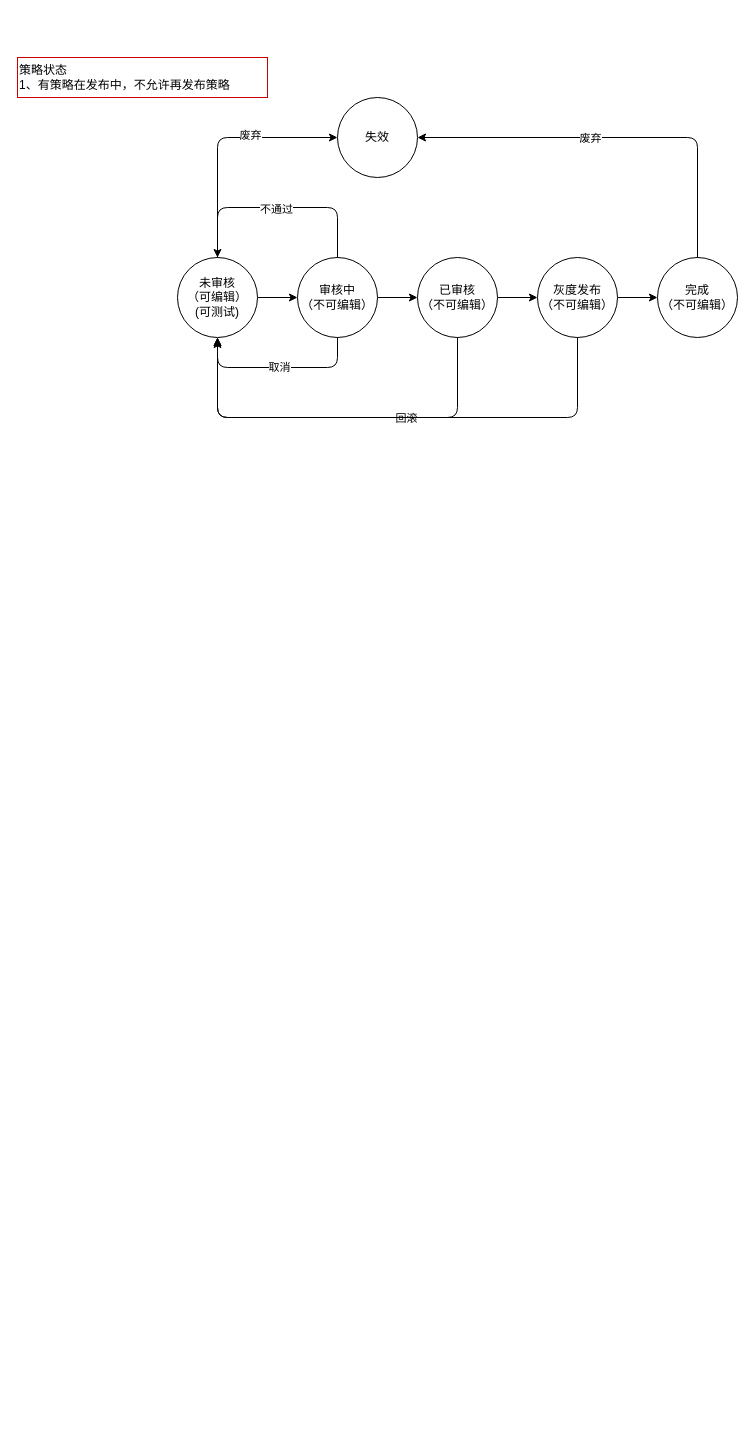
Earlier version of the draw.io diagram Untitled Diagram.drawio (Wang-Jun-Chao/diagrams). Source tidied: cells renumbered, new cells numbered last; positions are measured from the earlier drawing's top-left corner, leaving out a move shared by most shapes. Both pictures are drawn from the tidied source at 100%, with x=0, y=0 at pixel (17, 57).
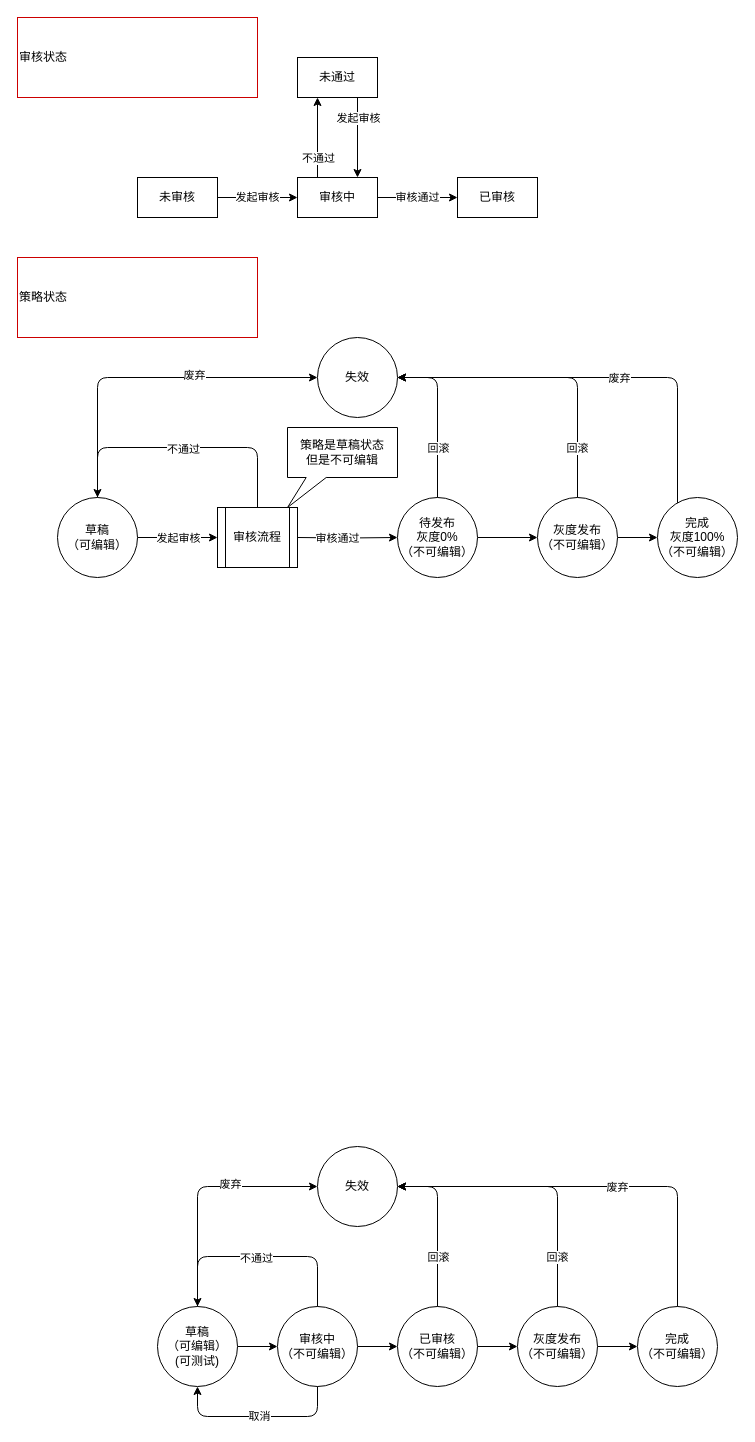
The same diagram, later.

What changed in the source:
```diff
@@
-    <mxCell id="2" style="edgeStyle=orthogonalEdgeStyle;rounded=0;jettySize=auto;html=1;" parent="1" edge="1" source="3" target="5">
-      <mxGeometry relative="1" as="geometry" />
+    <mxCell id="2" style="edgeStyle=orthogonalEdgeStyle;rounded=0;jettySize=auto;html=1;" parent="1" edge="1" source="3">
+      <mxGeometry relative="1" as="geometry">
+        <mxPoint x="200" y="480" as="targetPoint" />
+      </mxGeometry>
     </mxCell>
+    <mxCell id="24" value="发起审核" style="edgeLabel;html=1;align=center;verticalAlign=middle;" parent="2" vertex="1">
+      <mxGeometry x="-0.17" y="2" relative="1" as="geometry">
+        <mxPoint x="7" y="2" as="offset" />
+      </mxGeometry>
+    </mxCell>
-    <mxCell id="3" value="未审核&lt;br&gt;（可编辑）&lt;br&gt;(可测试)" style="ellipse;whiteSpace=wrap;html=1;" parent="1" vertex="1">
-      <mxGeometry x="160" y="200" width="80" height="80" as="geometry" />
+    <mxCell id="3" value="草稿&lt;br&gt;（可编辑）" style="ellipse;whiteSpace=wrap;html=1;" parent="1" vertex="1">
+      <mxGeometry x="40" y="440" width="80" height="80" as="geometry" />
     </mxCell>
-    <mxCell id="4" style="edgeStyle=orthogonalEdgeStyle;rounded=0;jettySize=auto;html=1;" parent="1" edge="1" source="5" target="7">
-      <mxGeometry relative="1" as="geometry" />
+    <mxCell id="4" style="edgeStyle=orthogonalEdgeStyle;rounded=0;jettySize=auto;html=1;" parent="1" edge="1" target="7">
+      <mxGeometry relative="1" as="geometry">
+        <mxPoint x="280" y="480" as="sourcePoint" />
+      </mxGeometry>
     </mxCell>
-    <mxCell id="5" value="审核中&lt;br&gt;（不可编辑）" style="ellipse;whiteSpace=wrap;html=1;" parent="1" vertex="1">
-      <mxGeometry x="280" y="200" width="80" height="80" as="geometry" />
-    </mxCell>
+    <mxCell id="25" value="审核通过" style="edgeLabel;html=1;align=center;verticalAlign=middle;" parent="4" vertex="1">
+      <mxGeometry x="0.1" relative="1" as="geometry">
+        <mxPoint x="-15" as="offset" />
+      </mxGeometry>
+    </mxCell>
@@
-    <mxCell id="7" value="已审核&lt;br&gt;（不可编辑）" style="ellipse;whiteSpace=wrap;html=1;" parent="1" vertex="1">
-      <mxGeometry x="400" y="200" width="80" height="80" as="geometry" />
+    <mxCell id="7" value="待发布&lt;br&gt;灰度0%&lt;br&gt;（不可编辑）" style="ellipse;whiteSpace=wrap;html=1;" parent="1" vertex="1">
+      <mxGeometry x="380" y="440" width="80" height="80" as="geometry" />
     </mxCell>
@@
     <mxCell id="9" value="灰度发布&lt;br&gt;（不可编辑）" style="ellipse;whiteSpace=wrap;html=1;" parent="1" vertex="1">
-      <mxGeometry x="520" y="200" width="80" height="80" as="geometry" />
+      <mxGeometry x="520" y="440" width="80" height="80" as="geometry" />
     </mxCell>
-    <mxCell id="10" value="完成&lt;br&gt;（不可编辑）" style="ellipse;whiteSpace=wrap;html=1;" parent="1" vertex="1">
-      <mxGeometry x="640" y="200" width="80" height="80" as="geometry" />
+    <mxCell id="10" value="完成&lt;br&gt;灰度100%&lt;br&gt;（不可编辑）" style="ellipse;whiteSpace=wrap;html=1;" parent="1" vertex="1">
+      <mxGeometry x="640" y="440" width="80" height="80" as="geometry" />
     </mxCell>
     <mxCell id="11" value="失效" style="ellipse;whiteSpace=wrap;html=1;" parent="1" vertex="1">
-      <mxGeometry x="320" y="40" width="80" height="80" as="geometry" />
+      <mxGeometry x="300" y="280" width="80" height="80" as="geometry" />
     </mxCell>
     <mxCell id="12" style="endArrow=classic;html=1;edgeStyle=orthogonalEdgeStyle;entryX=0;entryY=0.5;entryDx=0;entryDy=0;exitX=0.5;exitY=0;exitDx=0;exitDy=0;" parent="1" edge="1" source="3" target="11">
       <mxGeometry relative="1" as="geometry">
         <Array as="points">
-          <mxPoint x="200" y="80" />
+          <mxPoint x="80" y="320" />
         </Array>
       </mxGeometry>
     </mxCell>
@@
     <mxCell id="14" style="endArrow=classic;html=1;entryX=1;entryY=0.5;entryDx=0;entryDy=0;edgeStyle=orthogonalEdgeStyle;" parent="1" edge="1" source="10" target="11">
       <mxGeometry relative="1" as="geometry">
         <Array as="points">
-          <mxPoint x="680" y="80" />
+          <mxPoint x="660" y="320" />
         </Array>
       </mxGeometry>
     </mxCell>
     <mxCell id="15" value="废弃" style="edgeLabel;html=1;align=center;verticalAlign=middle;" parent="14" vertex="1">
-      <mxGeometry x="0.14" relative="1" as="geometry" />
+      <mxGeometry x="0.14" relative="1" as="geometry">
+        <mxPoint x="47" as="offset" />
+      </mxGeometry>
     </mxCell>
-    <mxCell id="16" style="endArrow=classic;html=1;edgeStyle=orthogonalEdgeStyle;exitX=0.5;exitY=0;exitDx=0;exitDy=0;" parent="1" edge="1">
+    <mxCell id="16" style="endArrow=classic;html=1;edgeStyle=orthogonalEdgeStyle;exitX=0.5;exitY=0;exitDx=0;exitDy=0;" parent="1" edge="1" source="58">
       <mxGeometry relative="1" as="geometry">
-        <mxPoint x="320" y="200" as="sourcePoint" />
-        <mxPoint x="200" y="200" as="targetPoint" />
+        <mxPoint x="80" y="440" as="targetPoint" />
         <Array as="points">
-          <mxPoint x="320" y="150" />
-          <mxPoint x="200" y="150" />
+          <mxPoint x="240" y="390" />
+          <mxPoint x="80" y="390" />
         </Array>
       </mxGeometry>
     </mxCell>
     <mxCell id="17" value="不通过" style="edgeLabel;html=1;align=center;verticalAlign=middle;" parent="16" vertex="1">
-      <mxGeometry x="0.02" y="1" relative="1" as="geometry" />
+      <mxGeometry x="0.02" y="1" relative="1" as="geometry">
+        <mxPoint x="3" as="offset" />
+      </mxGeometry>
     </mxCell>
-    <mxCell id="18" style="endArrow=classic;html=1;edgeStyle=orthogonalEdgeStyle;exitX=0.5;exitY=1;exitDx=0;exitDy=0;entryX=0.5;entryY=1;entryDx=0;entryDy=0;" parent="1" edge="1" source="9" target="3">
+    <mxCell id="18" style="endArrow=classic;html=1;edgeStyle=orthogonalEdgeStyle;entryX=1;entryY=0.5;entryDx=0;entryDy=0;exitX=0.5;exitY=0;exitDx=0;exitDy=0;" parent="1" edge="1" source="9" target="11">
       <mxGeometry relative="1" as="geometry">
         <Array as="points">
-          <mxPoint x="560" y="360" />
-          <mxPoint x="200" y="360" />
+          <mxPoint x="560" y="320" />
         </Array>
       </mxGeometry>
     </mxCell>
     <mxCell id="19" value="回滚" style="edgeLabel;html=1;align=center;verticalAlign=middle;" parent="18" vertex="1">
       <mxGeometry x="-0.03" y="2" relative="1" as="geometry">
-        <mxPoint y="-2" as="offset" />
+        <mxPoint x="25" y="68" as="offset" />
       </mxGeometry>
     </mxCell>
-    <mxCell id="20" style="endArrow=classic;html=1;entryX=0.5;entryY=1;entryDx=0;entryDy=0;edgeStyle=orthogonalEdgeStyle;" parent="1" edge="1" target="3">
-      <mxGeometry relative="1" as="geometry">
-        <mxPoint x="320" y="280" as="sourcePoint" />
-        <Array as="points">
-          <mxPoint x="320" y="310" />
-          <mxPoint x="200" y="310" />
-        </Array>
-      </mxGeometry>
-    </mxCell>
-    <mxCell id="21" value="取消" style="edgeLabel;html=1;align=center;verticalAlign=middle;" parent="20" vertex="1">
-      <mxGeometry x="-0.01" y="-1" relative="1" as="geometry" />
-    </mxCell>
-    <mxCell id="22" value="策略状态&lt;br&gt;1、有策略在发布中，不允许再发布策略" style="rounded=0;whiteSpace=wrap;html=1;strokeColor=#CC0000;align=left;" parent="1" vertex="1">
-      <mxGeometry width="250" height="40" as="geometry" />
+    <mxCell id="22" value="审核状态" style="rounded=0;whiteSpace=wrap;html=1;strokeColor=#CC0000;align=left;" parent="1" vertex="1">
+      <mxGeometry y="-40" width="240" height="80" as="geometry" />
     </mxCell>
-    <mxCell id="23" style="endArrow=classic;html=1;exitX=0.5;exitY=1;exitDx=0;exitDy=0;edgeStyle=orthogonalEdgeStyle;" parent="1" edge="1" source="7">
+    <mxCell id="23" style="endArrow=classic;html=1;edgeStyle=orthogonalEdgeStyle;entryX=1;entryY=0.5;entryDx=0;entryDy=0;" parent="1" edge="1" target="11">
       <mxGeometry relative="1" as="geometry">
-        <mxPoint x="200" y="282" as="targetPoint" />
+        <mxPoint x="420" y="440" as="sourcePoint" />
         <Array as="points">
-          <mxPoint x="440" y="360" />
-          <mxPoint x="200" y="360" />
+          <mxPoint x="420" y="320" />
         </Array>
       </mxGeometry>
     </mxCell>
+    <mxCell id="26" value="回滚" style="edgeLabel;html=1;align=center;verticalAlign=middle;" parent="23" vertex="1">
+      <mxGeometry x="-0.3" relative="1" as="geometry">
+        <mxPoint y="6" as="offset" />
+      </mxGeometry>
+    </mxCell>
+    <mxCell id="27" value="未审核" style="rounded=0;whiteSpace=wrap;html=1;" parent="1" vertex="1">
+      <mxGeometry x="120" y="120" width="80" height="40" as="geometry" />
+    </mxCell>
+    <mxCell id="28" value="审核中" style="rounded=0;whiteSpace=wrap;html=1;" parent="1" vertex="1">
+      <mxGeometry x="280" y="120" width="80" height="40" as="geometry" />
+    </mxCell>
+    <mxCell id="29" value="未通过" style="rounded=0;whiteSpace=wrap;html=1;" parent="1" vertex="1">
+      <mxGeometry x="280" width="80" height="40" as="geometry" />
+    </mxCell>
+    <mxCell id="30" value="已审核" style="rounded=0;whiteSpace=wrap;html=1;" parent="1" vertex="1">
+      <mxGeometry x="440" y="120" width="80" height="40" as="geometry" />
+    </mxCell>
+    <mxCell id="31" style="edgeStyle=orthogonalEdgeStyle;rounded=0;jettySize=auto;html=1;" parent="1" edge="1" source="32" target="5">
+      <mxGeometry relative="1" as="geometry" />
+    </mxCell>
+    <mxCell id="32" value="草稿&lt;br&gt;（可编辑）&lt;br&gt;(可测试)" style="ellipse;whiteSpace=wrap;html=1;" parent="1" vertex="1">
+      <mxGeometry x="140" y="1249" width="80" height="80" as="geometry" />
+    </mxCell>
+    <mxCell id="33" style="edgeStyle=orthogonalEdgeStyle;rounded=0;jettySize=auto;html=1;" parent="1" edge="1" source="5" target="35">
+      <mxGeometry relative="1" as="geometry" />
+    </mxCell>
+    <mxCell id="5" value="审核中&lt;br&gt;（不可编辑）" style="ellipse;whiteSpace=wrap;html=1;" parent="1" vertex="1">
+      <mxGeometry x="260" y="1249" width="80" height="80" as="geometry" />
+    </mxCell>
+    <mxCell id="34" style="edgeStyle=orthogonalEdgeStyle;rounded=0;jettySize=auto;html=1;" parent="1" edge="1" source="35" target="37">
+      <mxGeometry relative="1" as="geometry" />
+    </mxCell>
+    <mxCell id="35" value="已审核&lt;br&gt;（不可编辑）" style="ellipse;whiteSpace=wrap;html=1;" parent="1" vertex="1">
+      <mxGeometry x="380" y="1249" width="80" height="80" as="geometry" />
+    </mxCell>
+    <mxCell id="36" style="edgeStyle=orthogonalEdgeStyle;rounded=0;jettySize=auto;html=1;" parent="1" edge="1" source="37" target="38">
+      <mxGeometry relative="1" as="geometry" />
+    </mxCell>
+    <mxCell id="37" value="灰度发布&lt;br&gt;（不可编辑）" style="ellipse;whiteSpace=wrap;html=1;" parent="1" vertex="1">
+      <mxGeometry x="500" y="1249" width="80" height="80" as="geometry" />
+    </mxCell>
+    <mxCell id="38" value="完成&lt;br&gt;（不可编辑）" style="ellipse;whiteSpace=wrap;html=1;" parent="1" vertex="1">
+      <mxGeometry x="620" y="1249" width="80" height="80" as="geometry" />
+    </mxCell>
+    <mxCell id="39" value="失效" style="ellipse;whiteSpace=wrap;html=1;" parent="1" vertex="1">
+      <mxGeometry x="300" y="1089" width="80" height="80" as="geometry" />
+    </mxCell>
+    <mxCell id="40" style="endArrow=classic;html=1;edgeStyle=orthogonalEdgeStyle;entryX=0;entryY=0.5;entryDx=0;entryDy=0;exitX=0.5;exitY=0;exitDx=0;exitDy=0;" parent="1" edge="1" source="32" target="39">
+      <mxGeometry relative="1" as="geometry">
+        <Array as="points">
+          <mxPoint x="180" y="1129" />
+        </Array>
+      </mxGeometry>
+    </mxCell>
+    <mxCell id="41" value="废弃" style="edgeLabel;html=1;align=center;verticalAlign=middle;" parent="40" vertex="1">
+      <mxGeometry x="0.27" y="3" relative="1" as="geometry" />
+    </mxCell>
+    <mxCell id="42" style="endArrow=classic;html=1;entryX=1;entryY=0.5;entryDx=0;entryDy=0;edgeStyle=orthogonalEdgeStyle;" parent="1" edge="1" source="38" target="39">
+      <mxGeometry relative="1" as="geometry">
+        <Array as="points">
+          <mxPoint x="660" y="1129" />
+        </Array>
+      </mxGeometry>
+    </mxCell>
+    <mxCell id="43" value="废弃" style="edgeLabel;html=1;align=center;verticalAlign=middle;" parent="42" vertex="1">
+      <mxGeometry x="0.14" relative="1" as="geometry">
+        <mxPoint x="47" as="offset" />
+      </mxGeometry>
+    </mxCell>
+    <mxCell id="44" style="endArrow=classic;html=1;edgeStyle=orthogonalEdgeStyle;exitX=0.5;exitY=0;exitDx=0;exitDy=0;" parent="1" edge="1">
+      <mxGeometry relative="1" as="geometry">
+        <mxPoint x="300" y="1249" as="sourcePoint" />
+        <mxPoint x="180" y="1249" as="targetPoint" />
+        <Array as="points">
+          <mxPoint x="300" y="1199" />
+          <mxPoint x="180" y="1199" />
+        </Array>
+      </mxGeometry>
+    </mxCell>
+    <mxCell id="45" value="不通过" style="edgeLabel;html=1;align=center;verticalAlign=middle;" parent="44" vertex="1">
+      <mxGeometry x="0.02" y="1" relative="1" as="geometry" />
+    </mxCell>
+    <mxCell id="46" style="endArrow=classic;html=1;edgeStyle=orthogonalEdgeStyle;entryX=1;entryY=0.5;entryDx=0;entryDy=0;" parent="1" edge="1" target="39">
+      <mxGeometry relative="1" as="geometry">
+        <mxPoint x="540" y="1249" as="sourcePoint" />
+        <Array as="points">
+          <mxPoint x="540" y="1129" />
+        </Array>
+      </mxGeometry>
+    </mxCell>
+    <mxCell id="47" value="回滚" style="edgeLabel;html=1;align=center;verticalAlign=middle;" parent="46" vertex="1">
+      <mxGeometry x="-0.03" y="2" relative="1" as="geometry">
+        <mxPoint x="15" y="68" as="offset" />
+      </mxGeometry>
+    </mxCell>
+    <mxCell id="48" style="endArrow=classic;html=1;entryX=0.5;entryY=1;entryDx=0;entryDy=0;edgeStyle=orthogonalEdgeStyle;" parent="1" edge="1" target="32">
+      <mxGeometry relative="1" as="geometry">
+        <mxPoint x="300" y="1329" as="sourcePoint" />
+        <Array as="points">
+          <mxPoint x="300" y="1359" />
+          <mxPoint x="180" y="1359" />
+        </Array>
+      </mxGeometry>
+    </mxCell>
+    <mxCell id="21" value="取消" style="edgeLabel;html=1;align=center;verticalAlign=middle;" parent="48" vertex="1">
+      <mxGeometry x="-0.01" y="-1" relative="1" as="geometry" />
+    </mxCell>
+    <mxCell id="49" style="endArrow=classic;html=1;edgeStyle=orthogonalEdgeStyle;entryX=1;entryY=0.5;entryDx=0;entryDy=0;" parent="1" edge="1" target="39">
+      <mxGeometry relative="1" as="geometry">
+        <mxPoint x="420" y="1249" as="sourcePoint" />
+        <Array as="points">
+          <mxPoint x="420" y="1129" />
+        </Array>
+      </mxGeometry>
+    </mxCell>
+    <mxCell id="50" value="回滚" style="edgeLabel;html=1;align=center;verticalAlign=middle;" parent="49" vertex="1">
+      <mxGeometry x="-0.3" relative="1" as="geometry">
+        <mxPoint y="6" as="offset" />
+      </mxGeometry>
+    </mxCell>
+    <mxCell id="51" value="发起审核" style="endArrow=classic;html=1;exitX=1;exitY=0.5;exitDx=0;exitDy=0;entryX=0;entryY=0.5;entryDx=0;entryDy=0;" parent="1" edge="1" source="27" target="28">
+      <mxGeometry relative="1" as="geometry" />
+    </mxCell>
+    <mxCell id="52" style="endArrow=classic;html=1;entryX=0.25;entryY=1;entryDx=0;entryDy=0;exitX=0.25;exitY=0;exitDx=0;exitDy=0;" parent="1" edge="1" source="28" target="29">
+      <mxGeometry relative="1" as="geometry" />
+    </mxCell>
+    <mxCell id="53" value="不通过" style="edgeLabel;html=1;align=center;verticalAlign=middle;" parent="52" vertex="1">
+      <mxGeometry x="-0.12" relative="1" as="geometry">
+        <mxPoint y="15" as="offset" />
+      </mxGeometry>
+    </mxCell>
+    <mxCell id="54" style="endArrow=classic;html=1;exitX=0.75;exitY=1;exitDx=0;exitDy=0;entryX=0.75;entryY=0;entryDx=0;entryDy=0;" parent="1" edge="1" source="29" target="28">
+      <mxGeometry relative="1" as="geometry" />
+    </mxCell>
+    <mxCell id="55" value="发起审核" style="edgeLabel;html=1;align=center;verticalAlign=middle;" parent="54" vertex="1">
+      <mxGeometry x="-0.55" relative="1" as="geometry">
+        <mxPoint y="2" as="offset" />
+      </mxGeometry>
+    </mxCell>
+    <mxCell id="56" value="审核通过" style="endArrow=classic;html=1;entryX=0;entryY=0.5;entryDx=0;entryDy=0;exitX=1;exitY=0.5;exitDx=0;exitDy=0;" parent="1" edge="1" source="28" target="30">
+      <mxGeometry relative="1" as="geometry" />
+    </mxCell>
+    <mxCell id="57" value="策略状态" style="rounded=0;whiteSpace=wrap;html=1;strokeColor=#CC0000;align=left;" parent="1" vertex="1">
+      <mxGeometry y="200" width="240" height="80" as="geometry" />
+    </mxCell>
+    <mxCell id="58" value="审核流程" style="shape=process;whiteSpace=wrap;html=1;backgroundOutline=1;" parent="1" vertex="1">
+      <mxGeometry x="200" y="450" width="80" height="60" as="geometry" />
+    </mxCell>
+    <mxCell id="59" value="策略是草稿状态&lt;br&gt;但是不可编辑" style="shape=callout;whiteSpace=wrap;html=1;perimeter=calloutPerimeter;position2=0;size=30;position=0.17;" parent="1" vertex="1">
+      <mxGeometry x="270" y="370" width="110" height="80" as="geometry" />
+    </mxCell>
```
